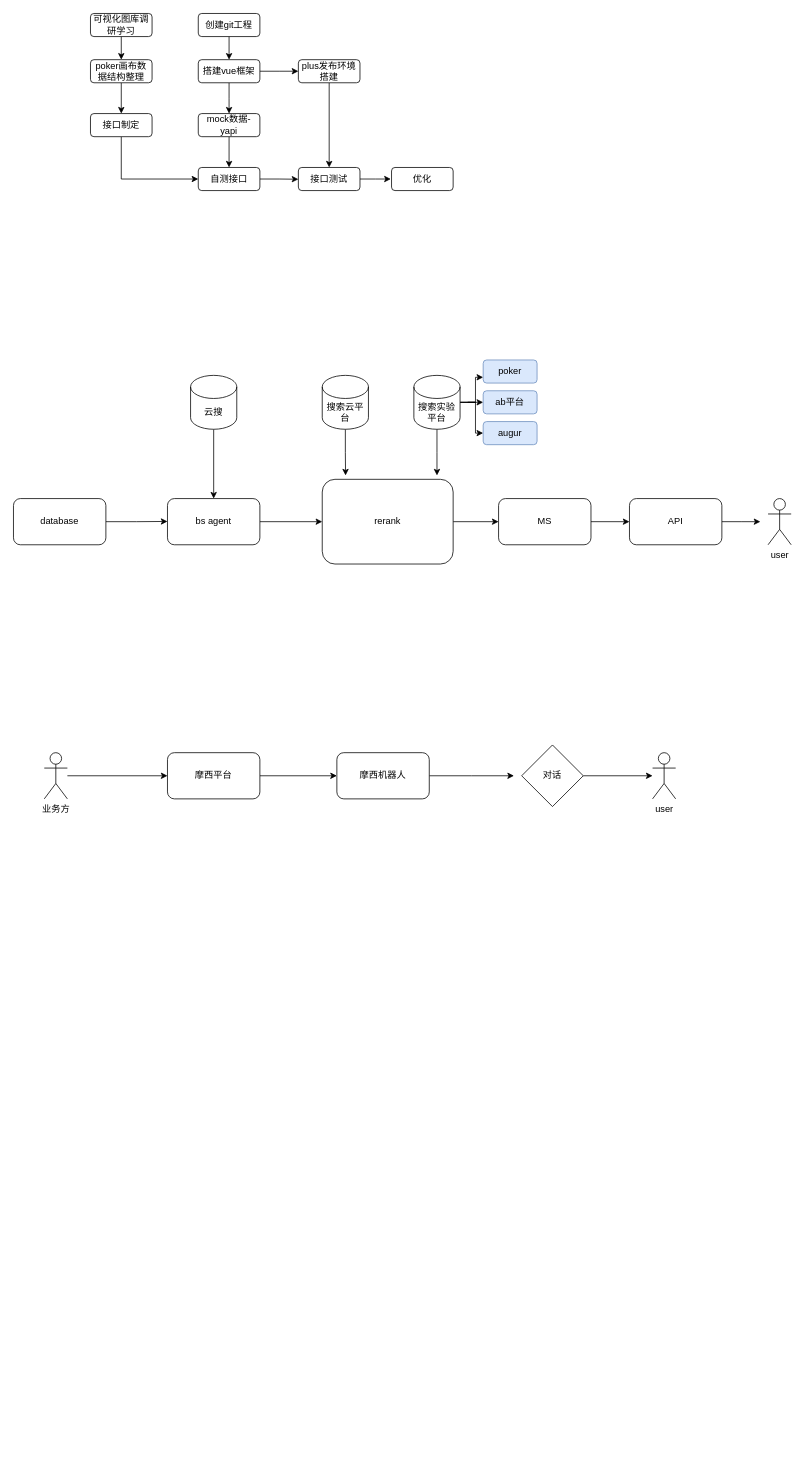
This is Untitled Diagram.drawio from GreyFossssssss/demos, a draw.io file, before an edit. Source tidied: cells renumbered, new cells numbered last; positions are measured from the earlier drawing's top-left corner, leaving out a move shared by most shapes. Both pictures are drawn from the tidied source at 77%, with x=0, y=0 at pixel (13, 13).
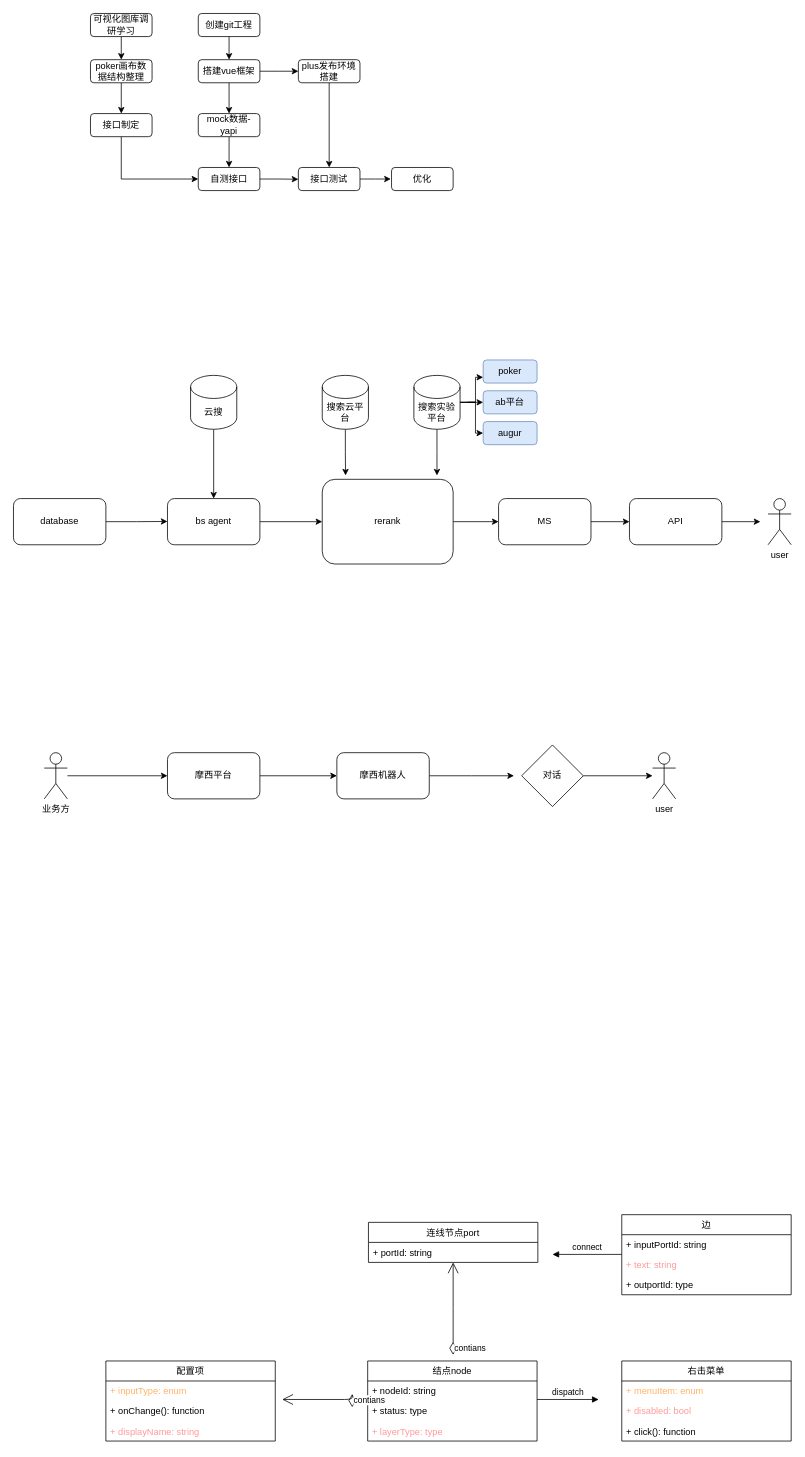
The same page after the edit.

Change to the diagram source:
```diff
@@
+    <mxCell id="54" value="结点node" style="swimlane;fontStyle=0;horizontal=1;startSize=26;fillColor=none;" parent="1" vertex="1">
+      <mxGeometry x="460" y="1750" width="220" height="104" as="geometry" />
+    </mxCell>
+    <mxCell id="55" value="+ nodeId: string" style="text;strokeColor=none;fillColor=none;align=left;verticalAlign=top;spacingLeft=4;spacingRight=4;overflow=hidden;" parent="54" vertex="1">
+      <mxGeometry y="26" width="220" height="26" as="geometry" />
+    </mxCell>
+    <mxCell id="56" value="+ status: type" style="text;strokeColor=none;fillColor=none;align=left;verticalAlign=top;spacingLeft=4;spacingRight=4;overflow=hidden;" parent="54" vertex="1">
+      <mxGeometry y="52" width="220" height="26" as="geometry" />
+    </mxCell>
+    <mxCell id="57" value="+ layerType: type" style="text;strokeColor=none;fillColor=none;align=left;verticalAlign=top;spacingLeft=4;spacingRight=4;overflow=hidden;fontColor=#FF9999;" parent="54" vertex="1">
+      <mxGeometry y="78" width="220" height="26" as="geometry" />
+    </mxCell>
+    <mxCell id="58" value="边" style="swimlane;fontStyle=0;horizontal=1;startSize=26;fillColor=none;" parent="1" vertex="1">
+      <mxGeometry x="790" y="1560" width="220" height="104" as="geometry" />
+    </mxCell>
+    <mxCell id="59" value="+ inputPortId: string" style="text;strokeColor=none;fillColor=none;align=left;verticalAlign=top;spacingLeft=4;spacingRight=4;overflow=hidden;" parent="58" vertex="1">
+      <mxGeometry y="26" width="220" height="26" as="geometry" />
+    </mxCell>
+    <mxCell id="60" value="+ text: string" style="text;strokeColor=none;fillColor=none;align=left;verticalAlign=top;spacingLeft=4;spacingRight=4;overflow=hidden;fontColor=#FF9999;" parent="58" vertex="1">
+      <mxGeometry y="52" width="220" height="26" as="geometry" />
+    </mxCell>
+    <mxCell id="61" value="+ outportId: type" style="text;strokeColor=none;fillColor=none;align=left;verticalAlign=top;spacingLeft=4;spacingRight=4;overflow=hidden;" parent="58" vertex="1">
+      <mxGeometry y="78" width="220" height="26" as="geometry" />
+    </mxCell>
+    <mxCell id="62" value="右击菜单" style="swimlane;fontStyle=0;horizontal=1;startSize=26;fillColor=none;" parent="1" vertex="1">
+      <mxGeometry x="790" y="1750" width="220" height="104" as="geometry" />
+    </mxCell>
+    <mxCell id="63" value="+ menuItem: enum" style="text;strokeColor=none;fillColor=none;align=left;verticalAlign=top;spacingLeft=4;spacingRight=4;overflow=hidden;fontColor=#FFB366;" parent="62" vertex="1">
+      <mxGeometry y="26" width="220" height="26" as="geometry" />
+    </mxCell>
+    <mxCell id="64" value="+ disabled: bool" style="text;strokeColor=none;fillColor=none;align=left;verticalAlign=top;spacingLeft=4;spacingRight=4;overflow=hidden;fontColor=#FF9999;" parent="62" vertex="1">
+      <mxGeometry y="52" width="220" height="26" as="geometry" />
+    </mxCell>
+    <mxCell id="65" value="+ click(): function&#10;" style="text;strokeColor=none;fillColor=none;align=left;verticalAlign=top;spacingLeft=4;spacingRight=4;overflow=hidden;" parent="62" vertex="1">
+      <mxGeometry y="78" width="220" height="26" as="geometry" />
+    </mxCell>
+    <mxCell id="66" value="配置项" style="swimlane;fontStyle=0;horizontal=1;startSize=26;fillColor=none;" parent="1" vertex="1">
+      <mxGeometry x="120" y="1750" width="220" height="104" as="geometry" />
+    </mxCell>
+    <mxCell id="67" value="+ inputType: enum" style="text;strokeColor=none;fillColor=none;align=left;verticalAlign=top;spacingLeft=4;spacingRight=4;overflow=hidden;fontColor=#FFB366;" parent="66" vertex="1">
+      <mxGeometry y="26" width="220" height="26" as="geometry" />
+    </mxCell>
+    <mxCell id="68" value="+ onChange(): function" style="text;strokeColor=none;fillColor=none;align=left;verticalAlign=top;spacingLeft=4;spacingRight=4;overflow=hidden;" parent="66" vertex="1">
+      <mxGeometry y="52" width="220" height="26" as="geometry" />
+    </mxCell>
+    <mxCell id="69" value="+ displayName: string" style="text;strokeColor=none;fillColor=none;align=left;verticalAlign=top;spacingLeft=4;spacingRight=4;overflow=hidden;fontColor=#FF9999;" parent="66" vertex="1">
+      <mxGeometry y="78" width="220" height="26" as="geometry" />
+    </mxCell>
+    <mxCell id="70" value="连线节点port" style="swimlane;fontStyle=0;horizontal=1;startSize=26;fillColor=none;" parent="1" vertex="1">
+      <mxGeometry x="461" y="1570" width="220" height="52" as="geometry" />
+    </mxCell>
+    <mxCell id="71" value="+ portId: string" style="text;strokeColor=none;fillColor=none;align=left;verticalAlign=top;spacingLeft=4;spacingRight=4;overflow=hidden;" parent="70" vertex="1">
+      <mxGeometry y="26" width="220" height="26" as="geometry" />
+    </mxCell>
+    <mxCell id="72" value="contians&lt;br&gt;" style="endArrow=open;html=1;endSize=12;startArrow=diamondThin;startSize=14;startFill=0;edgeStyle=orthogonalEdgeStyle;align=left;verticalAlign=bottom;" parent="1" edge="1">
+      <mxGeometry x="-1" relative="1" as="geometry">
+        <mxPoint x="571" y="1742" as="sourcePoint" />
+        <mxPoint x="571" y="1622" as="targetPoint" />
+        <Array as="points">
+          <mxPoint x="571" y="1672" />
+          <mxPoint x="571" y="1672" />
+        </Array>
+      </mxGeometry>
+    </mxCell>
+    <mxCell id="73" value="dispatch" style="html=1;verticalAlign=bottom;endArrow=block;" parent="1" edge="1">
+      <mxGeometry relative="1" as="geometry">
+        <mxPoint x="680" y="1800" as="sourcePoint" />
+        <mxPoint x="760" y="1800" as="targetPoint" />
+      </mxGeometry>
+    </mxCell>
+    <mxCell id="74" value="contians&lt;br&gt;" style="endArrow=open;html=1;endSize=12;startArrow=diamondThin;startSize=14;startFill=0;edgeStyle=orthogonalEdgeStyle;align=left;verticalAlign=bottom;" parent="1" edge="1">
+      <mxGeometry x="-1" relative="1" as="geometry">
+        <mxPoint x="440" y="1810" as="sourcePoint" />
+        <mxPoint x="349" y="1800" as="targetPoint" />
+        <Array as="points">
+          <mxPoint x="349" y="1800" />
+          <mxPoint x="349" y="1800" />
+        </Array>
+      </mxGeometry>
+    </mxCell>
+    <mxCell id="75" value="connect" style="html=1;verticalAlign=bottom;endArrow=block;" parent="1" edge="1">
+      <mxGeometry relative="1" as="geometry">
+        <mxPoint x="790" y="1611.6" as="sourcePoint" />
+        <mxPoint x="700" y="1611.6" as="targetPoint" />
+      </mxGeometry>
+    </mxCell>
```
